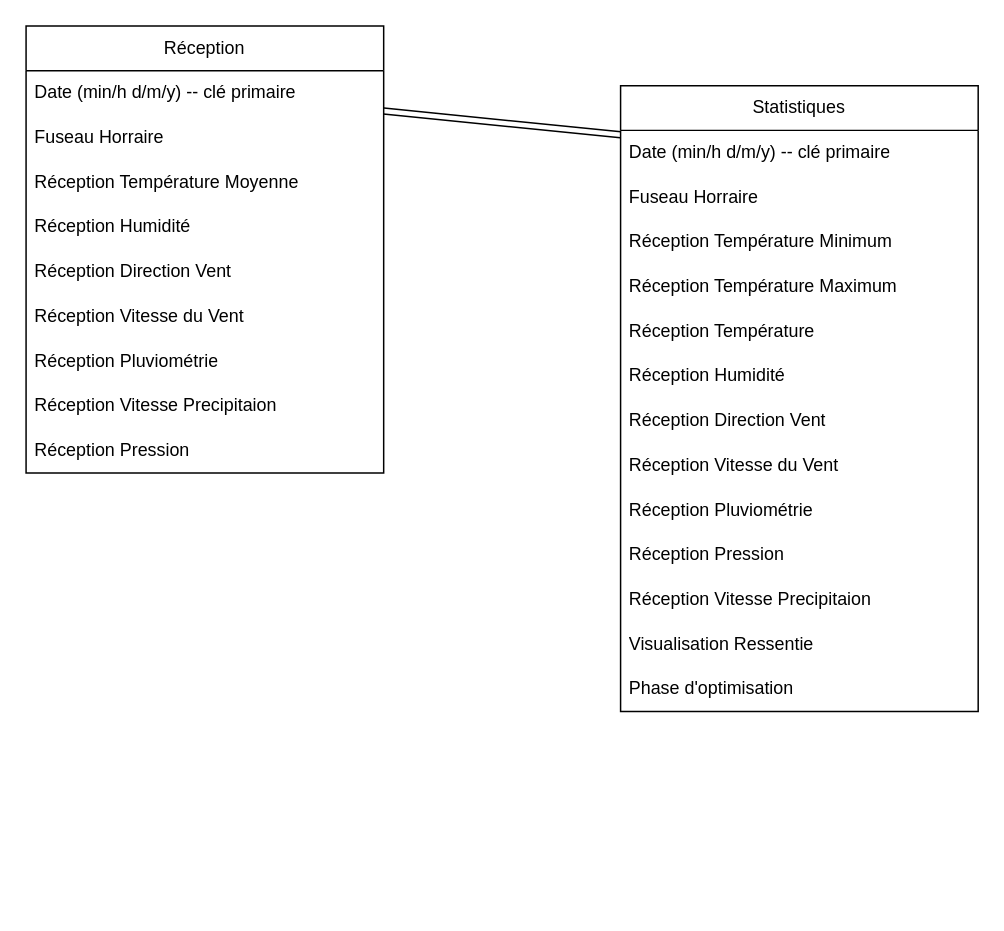
Earlier version of the draw.io diagram NikaWeather/src/schema/v4MCD.drawio (Mathuww/Nika-Weather). Source tidied: cells renumbered, new cells numbered last; positions are measured from the earlier drawing's top-left corner, leaving out a move shared by most shapes. Both pictures are drawn from the tidied source at 149%, with x=0, y=0 at pixel (25, 25).
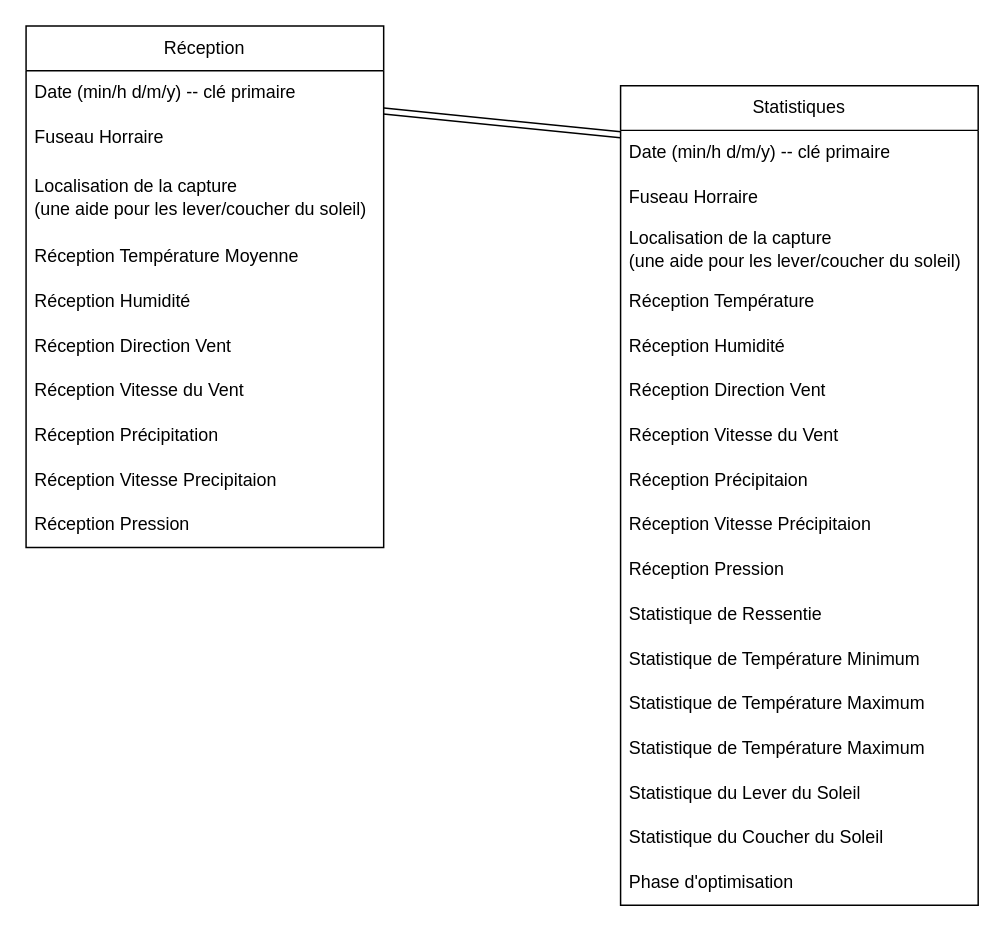
The same diagram, later.

What changed in the source:
```diff
@@
     <mxCell id="2" value="Réception" style="swimlane;fontStyle=0;horizontal=1;startSize=30;whiteSpace=wrap;html=1;" parent="1" vertex="1">
-      <mxGeometry width="240" height="300" as="geometry" />
+      <mxGeometry width="240" height="350" as="geometry" />
     </mxCell>
@@
+    <mxCell id="27" value="Localisation de la capture &lt;br&gt;(une aide pour les lever/coucher du soleil)" style="text;strokeColor=none;fillColor=none;align=left;verticalAlign=middle;spacingLeft=4;spacingRight=4;overflow=hidden;whiteSpace=wrap;html=1;" parent="2" vertex="1">
+      <mxGeometry y="90" width="240" height="50" as="geometry" />
+    </mxCell>
     <mxCell id="5" value="Réception Température Moyenne" style="text;strokeColor=none;fillColor=none;align=left;verticalAlign=middle;spacingLeft=4;spacingRight=4;overflow=hidden;whiteSpace=wrap;html=1;" parent="2" vertex="1">
-      <mxGeometry y="90" width="240" height="30" as="geometry" />
+      <mxGeometry y="140" width="240" height="30" as="geometry" />
     </mxCell>
     <mxCell id="6" value="Réception Humidité" style="text;strokeColor=none;fillColor=none;align=left;verticalAlign=middle;spacingLeft=4;spacingRight=4;overflow=hidden;whiteSpace=wrap;html=1;" parent="2" vertex="1">
-      <mxGeometry y="120" width="240" height="30" as="geometry" />
+      <mxGeometry y="170" width="240" height="30" as="geometry" />
     </mxCell>
     <mxCell id="7" value="Réception Direction Vent" style="text;strokeColor=none;fillColor=none;align=left;verticalAlign=middle;spacingLeft=4;spacingRight=4;overflow=hidden;whiteSpace=wrap;html=1;" parent="2" vertex="1">
-      <mxGeometry y="150" width="240" height="30" as="geometry" />
+      <mxGeometry y="200" width="240" height="30" as="geometry" />
     </mxCell>
     <mxCell id="8" value="Réception Vitesse du Vent" style="text;strokeColor=none;fillColor=none;align=left;verticalAlign=middle;spacingLeft=4;spacingRight=4;overflow=hidden;whiteSpace=wrap;html=1;" parent="2" vertex="1">
-      <mxGeometry y="180" width="240" height="30" as="geometry" />
+      <mxGeometry y="230" width="240" height="30" as="geometry" />
     </mxCell>
-    <mxCell id="9" value="Réception Pluviométrie" style="text;strokeColor=none;fillColor=none;align=left;verticalAlign=middle;spacingLeft=4;spacingRight=4;overflow=hidden;whiteSpace=wrap;html=1;" parent="2" vertex="1">
-      <mxGeometry y="210" width="240" height="30" as="geometry" />
+    <mxCell id="9" value="Réception Précipitation&lt;br&gt;" style="text;strokeColor=none;fillColor=none;align=left;verticalAlign=middle;spacingLeft=4;spacingRight=4;overflow=hidden;whiteSpace=wrap;html=1;" parent="2" vertex="1">
+      <mxGeometry y="260" width="240" height="30" as="geometry" />
     </mxCell>
     <mxCell id="10" value="Réception Vitesse Precipitaion" style="text;strokeColor=none;fillColor=none;align=left;verticalAlign=middle;spacingLeft=4;spacingRight=4;overflow=hidden;whiteSpace=wrap;html=1;" parent="2" vertex="1">
-      <mxGeometry y="240" width="240" height="30" as="geometry" />
+      <mxGeometry y="290" width="240" height="30" as="geometry" />
     </mxCell>
     <mxCell id="11" value="Réception Pression" style="text;strokeColor=none;fillColor=none;align=left;verticalAlign=middle;spacingLeft=4;spacingRight=4;overflow=hidden;whiteSpace=wrap;html=1;" parent="2" vertex="1">
-      <mxGeometry y="270" width="240" height="30" as="geometry" />
+      <mxGeometry y="320" width="240" height="30" as="geometry" />
     </mxCell>
     <mxCell id="12" value="Statistiques" style="swimlane;fontStyle=0;horizontal=1;startSize=30;whiteSpace=wrap;html=1;" parent="1" vertex="1">
-      <mxGeometry x="399" y="40" width="240" height="420" as="geometry" />
+      <mxGeometry x="399" y="40" width="240" height="550" as="geometry" />
     </mxCell>
@@
-    <mxCell id="15" value="Réception Température Minimum" style="text;strokeColor=none;fillColor=none;align=left;verticalAlign=middle;spacingLeft=4;spacingRight=4;overflow=hidden;whiteSpace=wrap;html=1;" parent="12" vertex="1">
-      <mxGeometry y="90" width="240" height="30" as="geometry" />
-    </mxCell>
-    <mxCell id="16" value="Réception Température Maximum" style="text;strokeColor=none;fillColor=none;align=left;verticalAlign=middle;spacingLeft=4;spacingRight=4;overflow=hidden;whiteSpace=wrap;html=1;" parent="12" vertex="1">
-      <mxGeometry y="120" width="240" height="30" as="geometry" />
-    </mxCell>
+    <mxCell id="28" value="Localisation de la capture&lt;br&gt;(une aide pour les lever/coucher du soleil)" style="text;strokeColor=none;fillColor=none;align=left;verticalAlign=middle;spacingLeft=4;spacingRight=4;overflow=hidden;whiteSpace=wrap;html=1;" parent="12" vertex="1">
+      <mxGeometry y="90" width="240" height="40" as="geometry" />
+    </mxCell>
     <mxCell id="17" value="Réception Température" style="text;strokeColor=none;fillColor=none;align=left;verticalAlign=middle;spacingLeft=4;spacingRight=4;overflow=hidden;whiteSpace=wrap;html=1;" parent="12" vertex="1">
-      <mxGeometry y="150" width="240" height="30" as="geometry" />
+      <mxGeometry y="130" width="240" height="30" as="geometry" />
     </mxCell>
     <mxCell id="18" value="Réception Humidité" style="text;strokeColor=none;fillColor=none;align=left;verticalAlign=middle;spacingLeft=4;spacingRight=4;overflow=hidden;whiteSpace=wrap;html=1;" parent="12" vertex="1">
-      <mxGeometry y="180" width="240" height="30" as="geometry" />
+      <mxGeometry y="160" width="240" height="30" as="geometry" />
     </mxCell>
     <mxCell id="19" value="Réception Direction Vent" style="text;strokeColor=none;fillColor=none;align=left;verticalAlign=middle;spacingLeft=4;spacingRight=4;overflow=hidden;whiteSpace=wrap;html=1;" parent="12" vertex="1">
-      <mxGeometry y="210" width="240" height="30" as="geometry" />
+      <mxGeometry y="190" width="240" height="30" as="geometry" />
     </mxCell>
     <mxCell id="20" value="Réception Vitesse du Vent" style="text;strokeColor=none;fillColor=none;align=left;verticalAlign=middle;spacingLeft=4;spacingRight=4;overflow=hidden;whiteSpace=wrap;html=1;" parent="12" vertex="1">
-      <mxGeometry y="240" width="240" height="30" as="geometry" />
+      <mxGeometry y="220" width="240" height="30" as="geometry" />
     </mxCell>
-    <mxCell id="21" value="Réception Pluviométrie" style="text;strokeColor=none;fillColor=none;align=left;verticalAlign=middle;spacingLeft=4;spacingRight=4;overflow=hidden;whiteSpace=wrap;html=1;" parent="12" vertex="1">
-      <mxGeometry y="270" width="240" height="30" as="geometry" />
+    <mxCell id="21" value="Réception Précipitaion" style="text;strokeColor=none;fillColor=none;align=left;verticalAlign=middle;spacingLeft=4;spacingRight=4;overflow=hidden;whiteSpace=wrap;html=1;" parent="12" vertex="1">
+      <mxGeometry y="250" width="240" height="30" as="geometry" />
     </mxCell>
+    <mxCell id="23" value="Réception Vitesse Précipitaion" style="text;strokeColor=none;fillColor=none;align=left;verticalAlign=middle;spacingLeft=4;spacingRight=4;overflow=hidden;whiteSpace=wrap;html=1;" parent="12" vertex="1">
+      <mxGeometry y="280" width="240" height="30" as="geometry" />
+    </mxCell>
     <mxCell id="22" value="Réception Pression" style="text;strokeColor=none;fillColor=none;align=left;verticalAlign=middle;spacingLeft=4;spacingRight=4;overflow=hidden;whiteSpace=wrap;html=1;" parent="12" vertex="1">
-      <mxGeometry y="300" width="240" height="30" as="geometry" />
+      <mxGeometry y="310" width="240" height="30" as="geometry" />
     </mxCell>
-    <mxCell id="23" value="Réception Vitesse Precipitaion" style="text;strokeColor=none;fillColor=none;align=left;verticalAlign=middle;spacingLeft=4;spacingRight=4;overflow=hidden;whiteSpace=wrap;html=1;" parent="12" vertex="1">
-      <mxGeometry y="330" width="240" height="30" as="geometry" />
-    </mxCell>
-    <mxCell id="24" value="Visualisation Ressentie" style="text;strokeColor=none;fillColor=none;align=left;verticalAlign=middle;spacingLeft=4;spacingRight=4;overflow=hidden;whiteSpace=wrap;html=1;" parent="12" vertex="1">
-      <mxGeometry y="360" width="240" height="30" as="geometry" />
+    <mxCell id="24" value="Statistique de&amp;nbsp;Ressentie" style="text;strokeColor=none;fillColor=none;align=left;verticalAlign=middle;spacingLeft=4;spacingRight=4;overflow=hidden;whiteSpace=wrap;html=1;" parent="12" vertex="1">
+      <mxGeometry y="340" width="240" height="30" as="geometry" />
     </mxCell>
+    <mxCell id="15" value="Statistique de Température Minimum" style="text;strokeColor=none;fillColor=none;align=left;verticalAlign=middle;spacingLeft=4;spacingRight=4;overflow=hidden;whiteSpace=wrap;html=1;" parent="12" vertex="1">
+      <mxGeometry y="370" width="240" height="30" as="geometry" />
+    </mxCell>
+    <mxCell id="16" value="Statistique de Température Maximum" style="text;strokeColor=none;fillColor=none;align=left;verticalAlign=middle;spacingLeft=4;spacingRight=4;overflow=hidden;whiteSpace=wrap;html=1;" parent="12" vertex="1">
+      <mxGeometry y="400" width="240" height="30" as="geometry" />
+    </mxCell>
+    <mxCell id="29" value="Statistique de Température Maximum" style="text;strokeColor=none;fillColor=none;align=left;verticalAlign=middle;spacingLeft=4;spacingRight=4;overflow=hidden;whiteSpace=wrap;html=1;" parent="12" vertex="1">
+      <mxGeometry y="430" width="240" height="30" as="geometry" />
+    </mxCell>
+    <mxCell id="30" value="Statistique du Lever du Soleil" style="text;strokeColor=none;fillColor=none;align=left;verticalAlign=middle;spacingLeft=4;spacingRight=4;overflow=hidden;whiteSpace=wrap;html=1;" parent="12" vertex="1">
+      <mxGeometry y="460" width="240" height="30" as="geometry" />
+    </mxCell>
+    <mxCell id="31" value="Statistique du Coucher du Soleil" style="text;strokeColor=none;fillColor=none;align=left;verticalAlign=middle;spacingLeft=4;spacingRight=4;overflow=hidden;whiteSpace=wrap;html=1;" parent="12" vertex="1">
+      <mxGeometry y="490" width="240" height="30" as="geometry" />
+    </mxCell>
     <mxCell id="25" value="Phase d'optimisation" style="text;strokeColor=none;fillColor=none;align=left;verticalAlign=middle;spacingLeft=4;spacingRight=4;overflow=hidden;whiteSpace=wrap;html=1;" parent="12" vertex="1">
-      <mxGeometry y="390" width="240" height="30" as="geometry" />
+      <mxGeometry y="520" width="240" height="30" as="geometry" />
     </mxCell>
```
